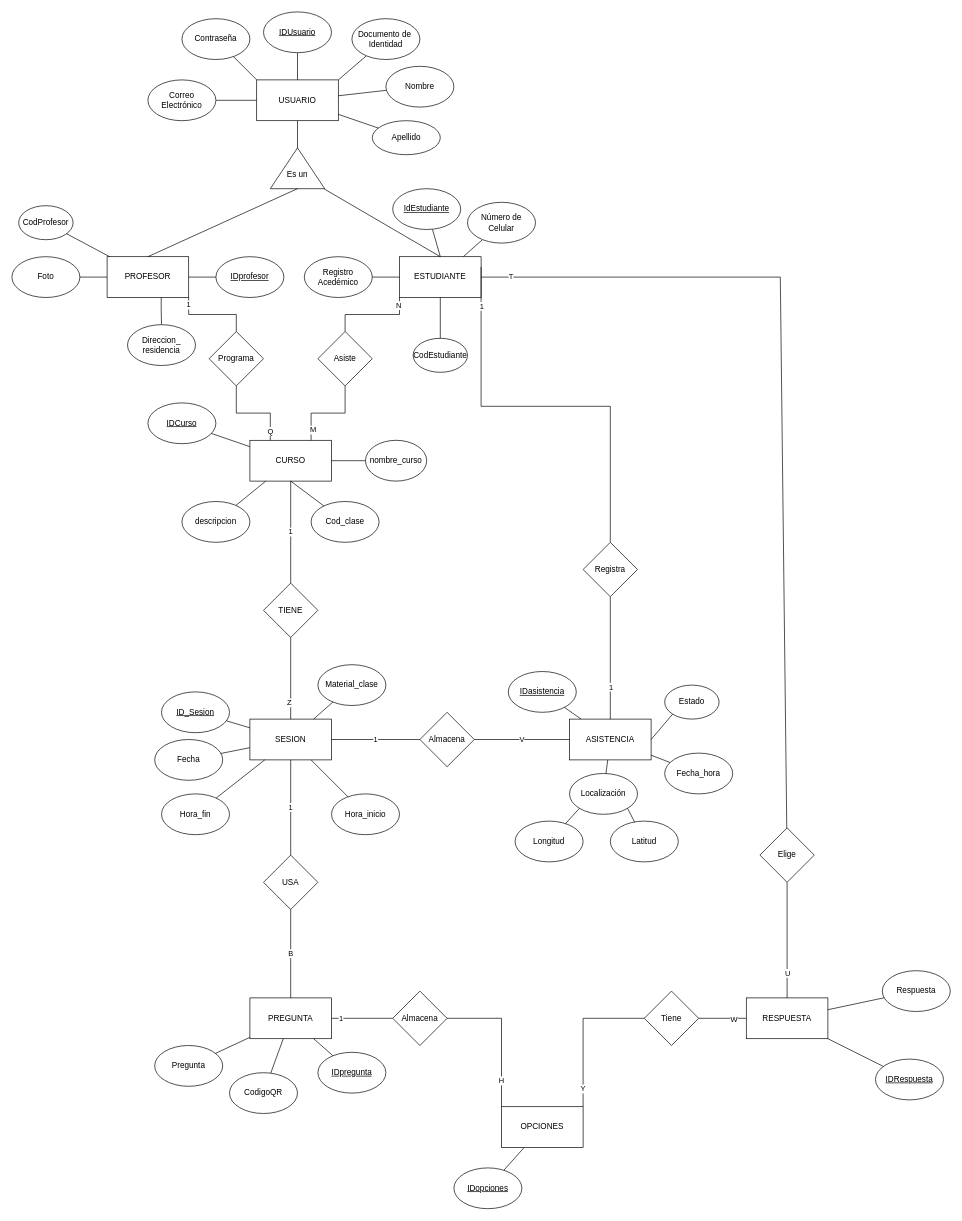
18luisc/Attenzio keeps this draw.io diagram as Attenzio Entidad-Relación_02.drawio. Above is the earlier version. Source tidied: cells renumbered, new cells numbered last; positions are measured from the earlier drawing's top-left corner, leaving out a move shared by most shapes. Both pictures are drawn from the tidied source at 68%, with x=0, y=0 at pixel (12, 12).
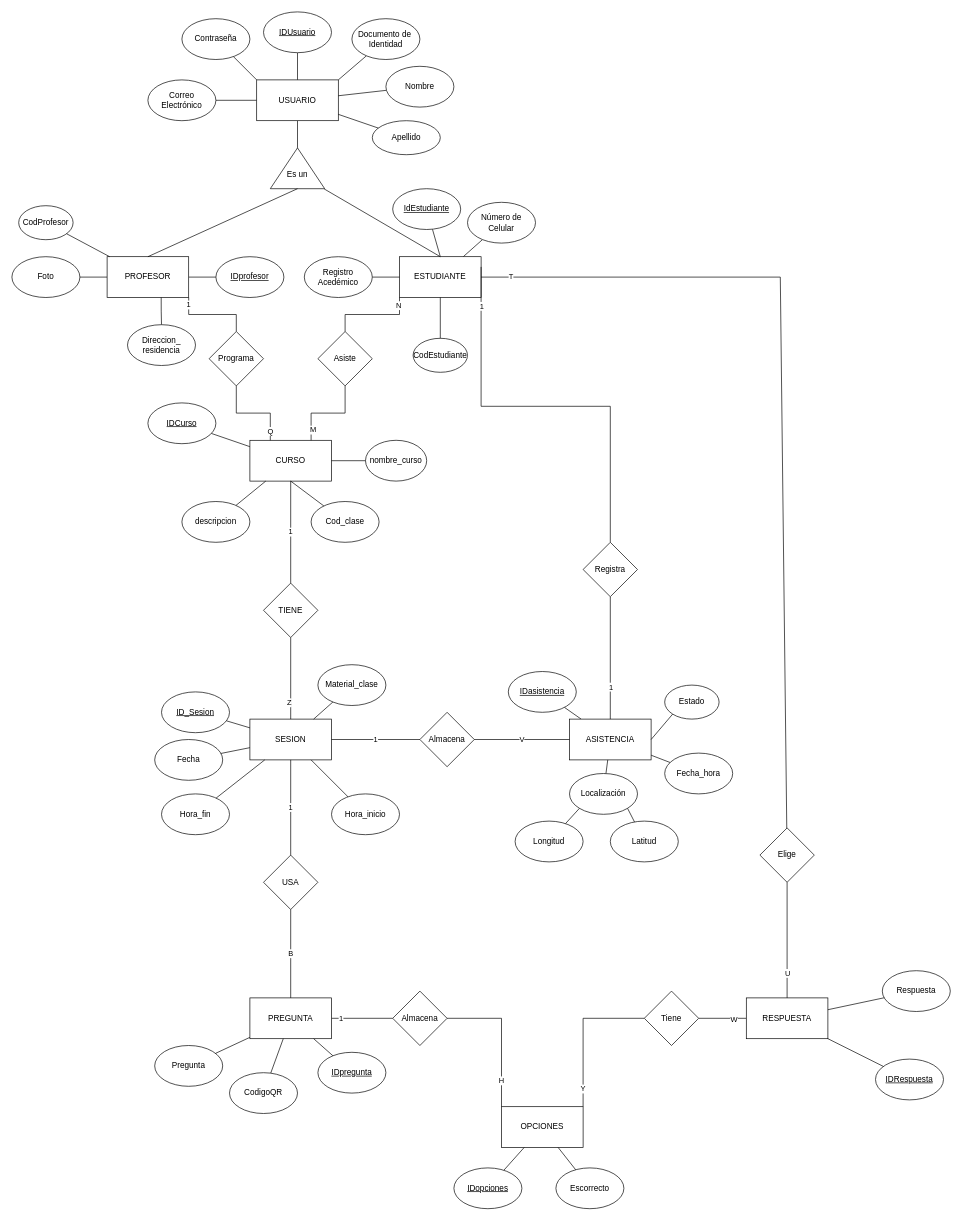
The same page after the edit.

Commit message:
Se agrega atributo para entidad Opciones

The change refers to these unchanged cells:
```xml
<mxCell id="120" value="OPCIONES" style="rounded=0;whiteSpace=wrap;html=1;" parent="1" vertex="1">
  <mxGeometry x="720" y="1610" width="120" height="60" as="geometry" />
</mxCell>
```

Diff of the diagram source:
```diff
@@
+    <mxCell id="126" style="rounded=0;jettySize=auto;html=1;endArrow=none;endFill=0;" parent="1" edge="1" source="127" target="120">
+      <mxGeometry relative="1" as="geometry" />
+    </mxCell>
+    <mxCell id="127" value="Escorrecto" style="ellipse;whiteSpace=wrap;html=1;" parent="1" vertex="1">
+      <mxGeometry x="800" y="1700" width="100" height="60" as="geometry" />
+    </mxCell>
```
